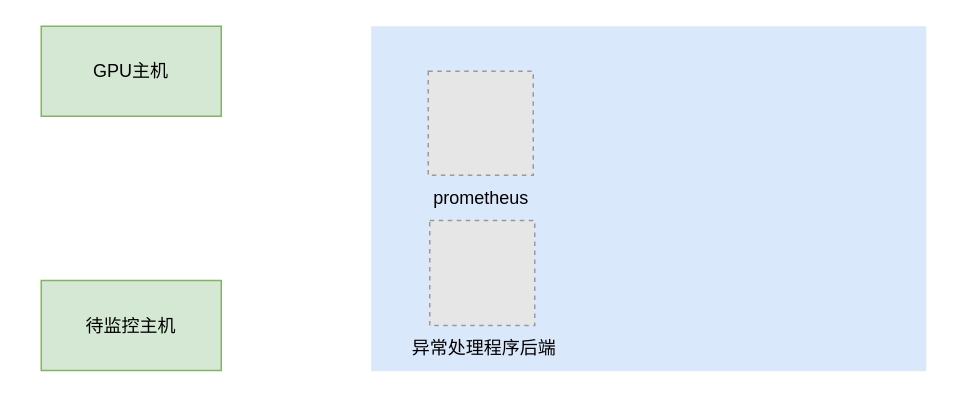
poetlife/diagrams keeps this draw.io diagram as 数据收集实现架构图.drawio. Above is the earlier version. Source tidied: cells renumbered, new cells numbered last; positions are measured from the earlier drawing's top-left corner, leaving out a move shared by most shapes. Both pictures are drawn from the tidied source at 150%, with x=0, y=0 at pixel (40, 26). Pictures stored in the file or linked from it are replaced by grey dashed boxes.
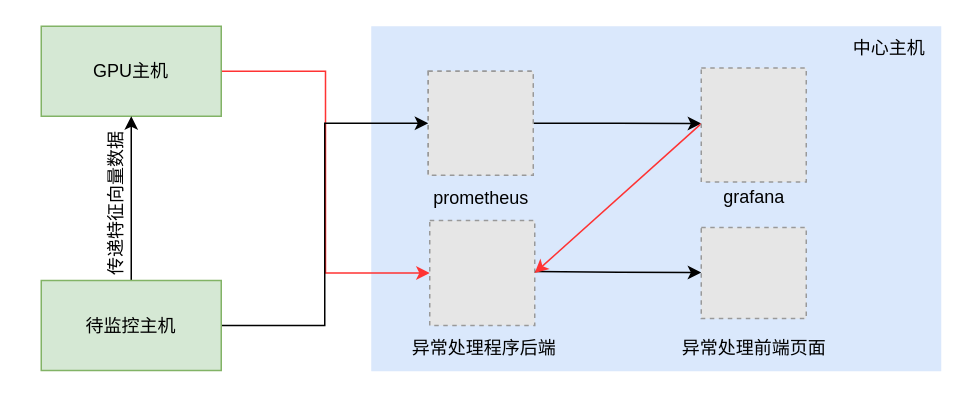
Above is the later version.

Commit message (it also covers changes not shown here):
更新数据收集实现架构图.drawio

The change refers to these unchanged cells:
```xml
<mxCell id="3" style="fillColor=#E6E6E6;strokeColor=#999999;dashed=1;verticalLabelPosition=bottom;labelBackgroundColor=default;verticalAlign=top;" parent="1" vertex="1">
  <mxGeometry x="258" y="30" width="70" height="69.4" as="geometry" />
</mxCell>
<mxCell id="5" value="GPU主机" style="rounded=0;whiteSpace=wrap;html=1;fillColor=#d5e8d4;strokeColor=#82b366;" parent="1" vertex="1">
  <mxGeometry width="120" height="60" as="geometry" />
</mxCell>
<mxCell id="6" value="待监控主机" style="rounded=0;whiteSpace=wrap;html=1;fillColor=#d5e8d4;strokeColor=#82b366;" parent="1" vertex="1">
  <mxGeometry y="169.5" width="120" height="60" as="geometry" />
</mxCell>
<mxCell id="7" style="fillColor=#E6E6E6;strokeColor=#999999;dashed=1;verticalLabelPosition=bottom;labelBackgroundColor=default;verticalAlign=top;" parent="1" vertex="1">
  <mxGeometry x="259" y="129.5" width="70" height="70" as="geometry" />
</mxCell>
```

Diff of the diagram source:
```diff
@@
     <mxCell id="2" style="rounded=0;whiteSpace=wrap;html=1;fillColor=#dae8fc;strokeColor=none;" parent="1" vertex="1">
-      <mxGeometry x="220" width="370" height="230" as="geometry" />
+      <mxGeometry x="220" width="380" height="230" as="geometry" />
     </mxCell>
+    <mxCell id="9" style="edgeStyle=orthogonalEdgeStyle;rounded=0;jettySize=auto;html=1;exitX=1;exitY=0.5;exitDx=0;exitDy=0;entryX=0;entryY=0.5;entryDx=0;entryDy=0;" parent="1" edge="1" source="3">
+      <mxGeometry relative="1" as="geometry">
+        <mxPoint x="440" y="64.9" as="targetPoint" />
+      </mxGeometry>
+    </mxCell>
@@
+    <mxCell id="10" style="edgeStyle=orthogonalEdgeStyle;rounded=0;jettySize=auto;html=1;exitX=1;exitY=0.5;exitDx=0;exitDy=0;entryX=0;entryY=0.5;entryDx=0;entryDy=0;strokeColor=#FF3333;" parent="1" edge="1" source="5" target="7">
+      <mxGeometry relative="1" as="geometry" />
+    </mxCell>
@@
+    <mxCell id="11" style="edgeStyle=orthogonalEdgeStyle;rounded=0;jettySize=auto;html=1;exitX=1;exitY=0.5;exitDx=0;exitDy=0;entryX=0;entryY=0.5;entryDx=0;entryDy=0;" parent="1" edge="1" source="6" target="3">
+      <mxGeometry relative="1" as="geometry" />
+    </mxCell>
+    <mxCell id="12" style="edgeStyle=orthogonalEdgeStyle;rounded=0;jettySize=auto;html=1;exitX=0.5;exitY=0;exitDx=0;exitDy=0;entryX=0.5;entryY=1;entryDx=0;entryDy=0;" parent="1" edge="1" source="6" target="5">
+      <mxGeometry relative="1" as="geometry" />
+    </mxCell>
@@
+    <mxCell id="13" style="edgeStyle=orthogonalEdgeStyle;rounded=0;orthogonalLoop=1;jettySize=auto;html=1;exitX=1;exitY=0.5;exitDx=0;exitDy=0;entryX=0;entryY=0.5;entryDx=0;entryDy=0;" parent="1" edge="1">
+      <mxGeometry relative="1" as="geometry">
+        <mxPoint x="329" y="163.5" as="sourcePoint" />
+        <mxPoint x="440" y="164.2" as="targetPoint" />
+      </mxGeometry>
+    </mxCell>
@@
+    <mxCell id="14" style="rounded=0;jettySize=auto;html=1;exitX=0;exitY=0.5;exitDx=0;exitDy=0;entryX=1;entryY=0.5;entryDx=0;entryDy=0;strokeColor=#FF3333;" parent="1" edge="1" target="7">
+      <mxGeometry relative="1" as="geometry">
+        <mxPoint x="440" y="64.9" as="sourcePoint" />
+      </mxGeometry>
+    </mxCell>
+    <mxCell id="15" value="grafana" style="text;html=1;align=center;verticalAlign=middle;strokeColor=none;fillColor=none;" parent="1" vertex="1">
+      <mxGeometry x="445" y="99.4" width="60" height="30" as="geometry" />
+    </mxCell>
+    <mxCell id="16" value="异常处理前端页面" style="text;html=1;align=center;verticalAlign=middle;strokeColor=none;fillColor=none;" parent="1" vertex="1">
+      <mxGeometry x="415" y="199.5" width="120" height="30" as="geometry" />
+    </mxCell>
+    <mxCell id="17" value="传递特征向量数据" style="text;html=1;align=center;verticalAlign=middle;strokeColor=none;fillColor=none;horizontal=0;" parent="1" vertex="1">
+      <mxGeometry x="-10" y="103.8" width="120" height="30" as="geometry" />
+    </mxCell>
+    <mxCell id="18" value="中心主机" style="text;html=1;align=center;verticalAlign=middle;strokeColor=none;fillColor=none;" parent="1" vertex="1">
+      <mxGeometry x="530" width="70" height="30" as="geometry" />
+    </mxCell>
+    <mxCell id="19" style="fillColor=#E6E6E6;strokeColor=#999999;dashed=1;verticalLabelPosition=bottom;labelBackgroundColor=default;verticalAlign=top;" parent="1" vertex="1">
+      <mxGeometry x="440" y="27.8" width="70" height="76" as="geometry" />
+    </mxCell>
+    <mxCell id="20" style="fillColor=#E6E6E6;strokeColor=#999999;dashed=1;verticalLabelPosition=bottom;labelBackgroundColor=default;verticalAlign=top;" parent="1" vertex="1">
+      <mxGeometry x="440" y="134.2" width="70" height="60.7" as="geometry" />
+    </mxCell>
+    <mxCell id="21" style="fillColor=#E6E6E6;strokeColor=#999999;dashed=1;verticalLabelPosition=bottom;labelBackgroundColor=default;verticalAlign=top;" parent="1" vertex="1">
+      <mxGeometry x="258" y="30" width="70" height="69.4" as="geometry" />
+    </mxCell>
```
